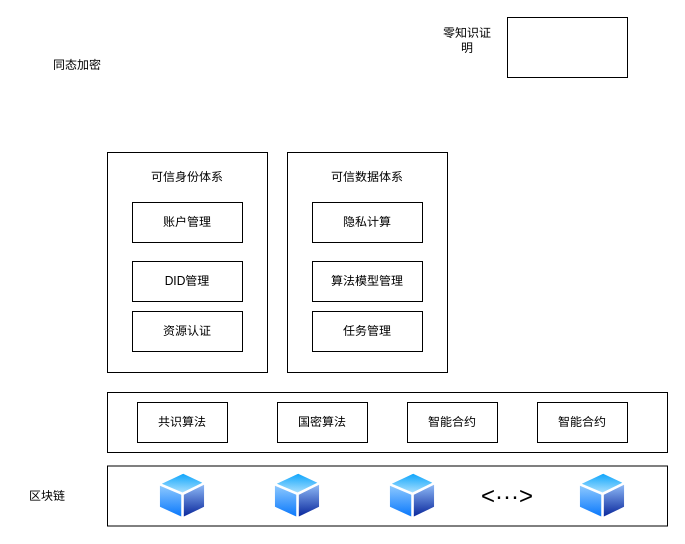
The draw.io diagram drawio/blockchain.drawio in raingnight/Blog_Pic, before the edit. Source tidied: cells renumbered, new cells numbered last; positions are measured from the earlier drawing's top-left corner, leaving out a move shared by most shapes. Both pictures are drawn from the tidied source at 100%, with x=0, y=0 at pixel (17, 17).
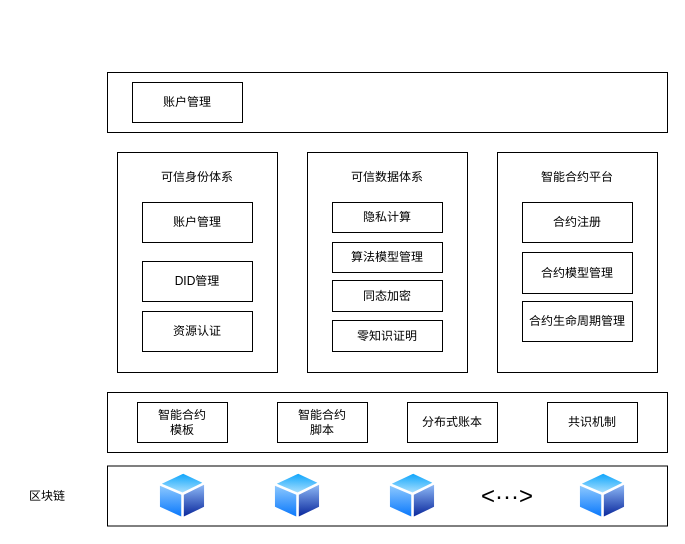
After the change.

What changed in the source:
```diff
@@
     <mxCell id="2" style="rounded=0;whiteSpace=wrap;html=1;" parent="1" vertex="1">
-      <mxGeometry x="90" y="135" width="160" height="220" as="geometry" />
+      <mxGeometry x="100" y="135" width="160" height="220" as="geometry" />
     </mxCell>
@@
     <mxCell id="6" value="账户管理" style="rounded=0;whiteSpace=wrap;html=1;" parent="1" vertex="1">
-      <mxGeometry x="115" y="185" width="110" height="40" as="geometry" />
+      <mxGeometry x="125" y="185" width="110" height="40" as="geometry" />
     </mxCell>
-    <mxCell id="7" value="同态加密" style="text;html=1;strokeColor=none;fillColor=none;align=center;verticalAlign=middle;whiteSpace=wrap;rounded=0;" parent="1" vertex="1">
-      <mxGeometry x="30" y="35" width="60" height="25" as="geometry" />
-    </mxCell>
     <mxCell id="8" style="rounded=0;whiteSpace=wrap;html=1;" parent="1" vertex="1">
-      <mxGeometry x="520" y="385" width="90" height="40" as="geometry" />
+      <mxGeometry x="530" y="385" width="90" height="40" as="geometry" />
     </mxCell>
-    <mxCell id="9" value="智能合约" style="text;html=1;strokeColor=none;fillColor=none;align=center;verticalAlign=middle;whiteSpace=wrap;rounded=0;" parent="1" vertex="1">
-      <mxGeometry x="535" y="392.5" width="60" height="25" as="geometry" />
+    <mxCell id="9" value="共识机制" style="text;html=1;strokeColor=none;fillColor=none;align=center;verticalAlign=middle;whiteSpace=wrap;rounded=0;" parent="1" vertex="1">
+      <mxGeometry x="545" y="392.5" width="60" height="25" as="geometry" />
     </mxCell>
-    <mxCell id="10" style="rounded=0;whiteSpace=wrap;html=1;" parent="1" vertex="1">
-      <mxGeometry x="490" width="120" height="60" as="geometry" />
-    </mxCell>
-    <mxCell id="11" value="零知识证明" style="text;html=1;strokeColor=none;fillColor=none;align=center;verticalAlign=middle;whiteSpace=wrap;rounded=0;" parent="1" vertex="1">
-      <mxGeometry x="420" y="10" width="60" height="25" as="geometry" />
-    </mxCell>
@@
-    <mxCell id="13" value="智能合约" style="text;html=1;strokeColor=none;fillColor=none;align=center;verticalAlign=middle;whiteSpace=wrap;rounded=0;" parent="1" vertex="1">
-      <mxGeometry x="405" y="392.5" width="60" height="25" as="geometry" />
+    <mxCell id="13" value="分布式账本" style="text;html=1;strokeColor=none;fillColor=none;align=center;verticalAlign=middle;whiteSpace=wrap;rounded=0;" parent="1" vertex="1">
+      <mxGeometry x="400" y="392.5" width="70" height="25" as="geometry" />
     </mxCell>
@@
-    <mxCell id="15" value="国密算法" style="text;html=1;strokeColor=none;fillColor=none;align=center;verticalAlign=middle;whiteSpace=wrap;rounded=0;" parent="1" vertex="1">
+    <mxCell id="15" value="智能合约脚本" style="text;html=1;strokeColor=none;fillColor=none;align=center;verticalAlign=middle;whiteSpace=wrap;rounded=0;" parent="1" vertex="1">
       <mxGeometry x="275" y="392.5" width="60" height="25" as="geometry" />
     </mxCell>
@@
-    <mxCell id="17" value="共识算法" style="text;html=1;strokeColor=none;fillColor=none;align=center;verticalAlign=middle;whiteSpace=wrap;rounded=0;" parent="1" vertex="1">
+    <mxCell id="17" value="智能合约模板" style="text;html=1;strokeColor=none;fillColor=none;align=center;verticalAlign=middle;whiteSpace=wrap;rounded=0;" parent="1" vertex="1">
       <mxGeometry x="135" y="392.5" width="60" height="25" as="geometry" />
     </mxCell>
@@
     <mxCell id="23" value="DID管理" style="rounded=0;whiteSpace=wrap;html=1;" parent="1" vertex="1">
-      <mxGeometry x="115" y="244" width="110" height="40" as="geometry" />
+      <mxGeometry x="125" y="244" width="110" height="40" as="geometry" />
     </mxCell>
     <mxCell id="24" value="资源认证" style="rounded=0;whiteSpace=wrap;html=1;" parent="1" vertex="1">
-      <mxGeometry x="115" y="294" width="110" height="40" as="geometry" />
+      <mxGeometry x="125" y="294" width="110" height="40" as="geometry" />
     </mxCell>
     <mxCell id="25" value="可信身份体系" style="text;html=1;strokeColor=none;fillColor=none;align=center;verticalAlign=middle;whiteSpace=wrap;rounded=0;" parent="1" vertex="1">
-      <mxGeometry x="125" y="145" width="90" height="30" as="geometry" />
+      <mxGeometry x="135" y="145" width="90" height="30" as="geometry" />
     </mxCell>
     <mxCell id="26" style="rounded=0;whiteSpace=wrap;html=1;" parent="1" vertex="1">
-      <mxGeometry x="270" y="135" width="160" height="220" as="geometry" />
+      <mxGeometry x="290" y="135" width="160" height="220" as="geometry" />
     </mxCell>
     <mxCell id="27" value="隐私计算" style="rounded=0;whiteSpace=wrap;html=1;" parent="1" vertex="1">
-      <mxGeometry x="295" y="185" width="110" height="40" as="geometry" />
+      <mxGeometry x="315" y="185" width="110" height="30" as="geometry" />
     </mxCell>
     <mxCell id="28" value="算法模型管理" style="rounded=0;whiteSpace=wrap;html=1;" parent="1" vertex="1">
-      <mxGeometry x="295" y="244" width="110" height="40" as="geometry" />
+      <mxGeometry x="315" y="225" width="110" height="30" as="geometry" />
     </mxCell>
-    <mxCell id="29" value="任务管理" style="rounded=0;whiteSpace=wrap;html=1;" parent="1" vertex="1">
-      <mxGeometry x="295" y="294" width="110" height="40" as="geometry" />
+    <mxCell id="29" value="同态加密" style="rounded=0;whiteSpace=wrap;html=1;" parent="1" vertex="1">
+      <mxGeometry x="315" y="263" width="110" height="31" as="geometry" />
     </mxCell>
     <mxCell id="30" value="可信数据体系" style="text;html=1;strokeColor=none;fillColor=none;align=center;verticalAlign=middle;whiteSpace=wrap;rounded=0;" parent="1" vertex="1">
-      <mxGeometry x="305" y="145" width="90" height="30" as="geometry" />
+      <mxGeometry x="325" y="145" width="90" height="30" as="geometry" />
     </mxCell>
+    <mxCell id="31" style="rounded=0;whiteSpace=wrap;html=1;" parent="1" vertex="1">
+      <mxGeometry x="480" y="135" width="160" height="220" as="geometry" />
+    </mxCell>
+    <mxCell id="32" value="合约注册" style="rounded=0;whiteSpace=wrap;html=1;" parent="1" vertex="1">
+      <mxGeometry x="505" y="185" width="110" height="40" as="geometry" />
+    </mxCell>
+    <mxCell id="33" value="合约模型管理" style="rounded=0;whiteSpace=wrap;html=1;" parent="1" vertex="1">
+      <mxGeometry x="505" y="235" width="110" height="41" as="geometry" />
+    </mxCell>
+    <mxCell id="34" value="合约生命周期管理" style="rounded=0;whiteSpace=wrap;html=1;" parent="1" vertex="1">
+      <mxGeometry x="505" y="284" width="110" height="40" as="geometry" />
+    </mxCell>
+    <mxCell id="35" value="智能合约平台" style="text;html=1;strokeColor=none;fillColor=none;align=center;verticalAlign=middle;whiteSpace=wrap;rounded=0;" parent="1" vertex="1">
+      <mxGeometry x="515" y="145" width="90" height="30" as="geometry" />
+    </mxCell>
+    <mxCell id="11" value="零知识证明" style="rounded=0;whiteSpace=wrap;html=1;" parent="1" vertex="1">
+      <mxGeometry x="315" y="303" width="110" height="31" as="geometry" />
+    </mxCell>
+    <mxCell id="36" style="rounded=0;whiteSpace=wrap;html=1;" parent="1" vertex="1">
+      <mxGeometry x="90" y="55" width="560" height="60" as="geometry" />
+    </mxCell>
+    <mxCell id="37" value="账户管理" style="rounded=0;whiteSpace=wrap;html=1;" parent="1" vertex="1">
+      <mxGeometry x="115" y="65" width="110" height="40" as="geometry" />
+    </mxCell>
```
